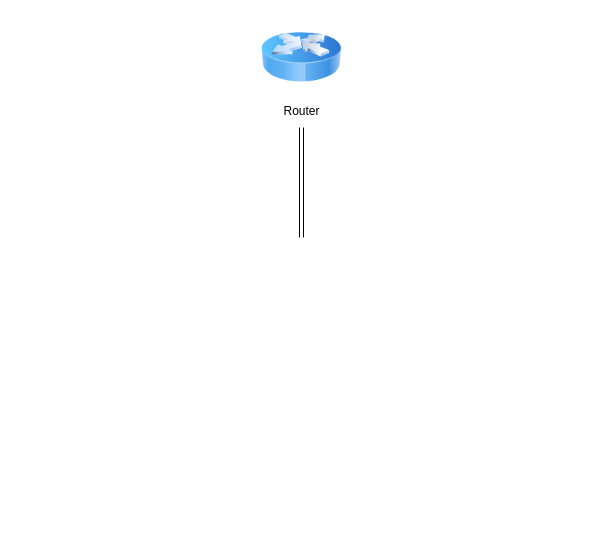
Earlier version of the draw.io diagram NetworkwSubnets.drawio (aenge86xti/Python-Projects). Source tidied: cells renumbered, new cells numbered last; positions are measured from the earlier drawing's top-left corner, leaving out a move shared by most shapes. Both pictures are drawn from the tidied source at 100%, with x=0, y=0 at pixel (261, 17).
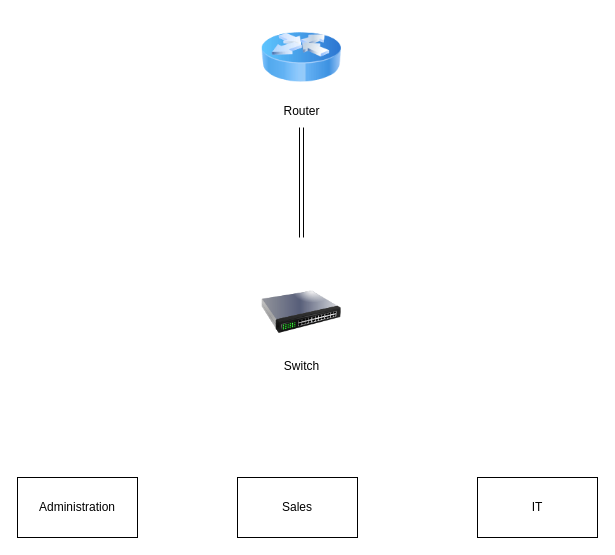
The same page after the edit.

Change to the diagram source:
```diff
@@
 <mxGraphModel>
   <root>
     <mxCell id="0" />
     <mxCell id="1" parent="0" />
     <mxCell id="2" value="Router" style="image;html=1;image=img/lib/clip_art/networking/Router_Icon_128x128.png;" parent="1" vertex="1">
       <mxGeometry width="80" height="80" as="geometry" />
     </mxCell>
     <mxCell id="3" style="shape=link;html=1;rounded=0;" parent="1" edge="1">
       <mxGeometry relative="1" as="geometry">
         <mxPoint x="40" y="110" as="sourcePoint" />
         <mxPoint x="40" y="220" as="targetPoint" />
       </mxGeometry>
     </mxCell>
+    <mxCell id="4" value="Switch" style="image;html=1;image=img/lib/clip_art/networking/Switch_128x128.png;" parent="1" vertex="1">
+      <mxGeometry y="255" width="80" height="80" as="geometry" />
+    </mxCell>
+    <mxCell id="5" value="Administration" style="rounded=0;whiteSpace=wrap;html=1;" parent="1" vertex="1">
+      <mxGeometry x="-244" y="460" width="120" height="60" as="geometry" />
+    </mxCell>
+    <mxCell id="6" value="Sales" style="rounded=0;whiteSpace=wrap;html=1;" parent="1" vertex="1">
+      <mxGeometry x="-24" y="460" width="120" height="60" as="geometry" />
+    </mxCell>
+    <mxCell id="7" value="IT" style="rounded=0;whiteSpace=wrap;html=1;" parent="1" vertex="1">
+      <mxGeometry x="216" y="460" width="120" height="60" as="geometry" />
+    </mxCell>
   </root>
 </mxGraphModel>
```
